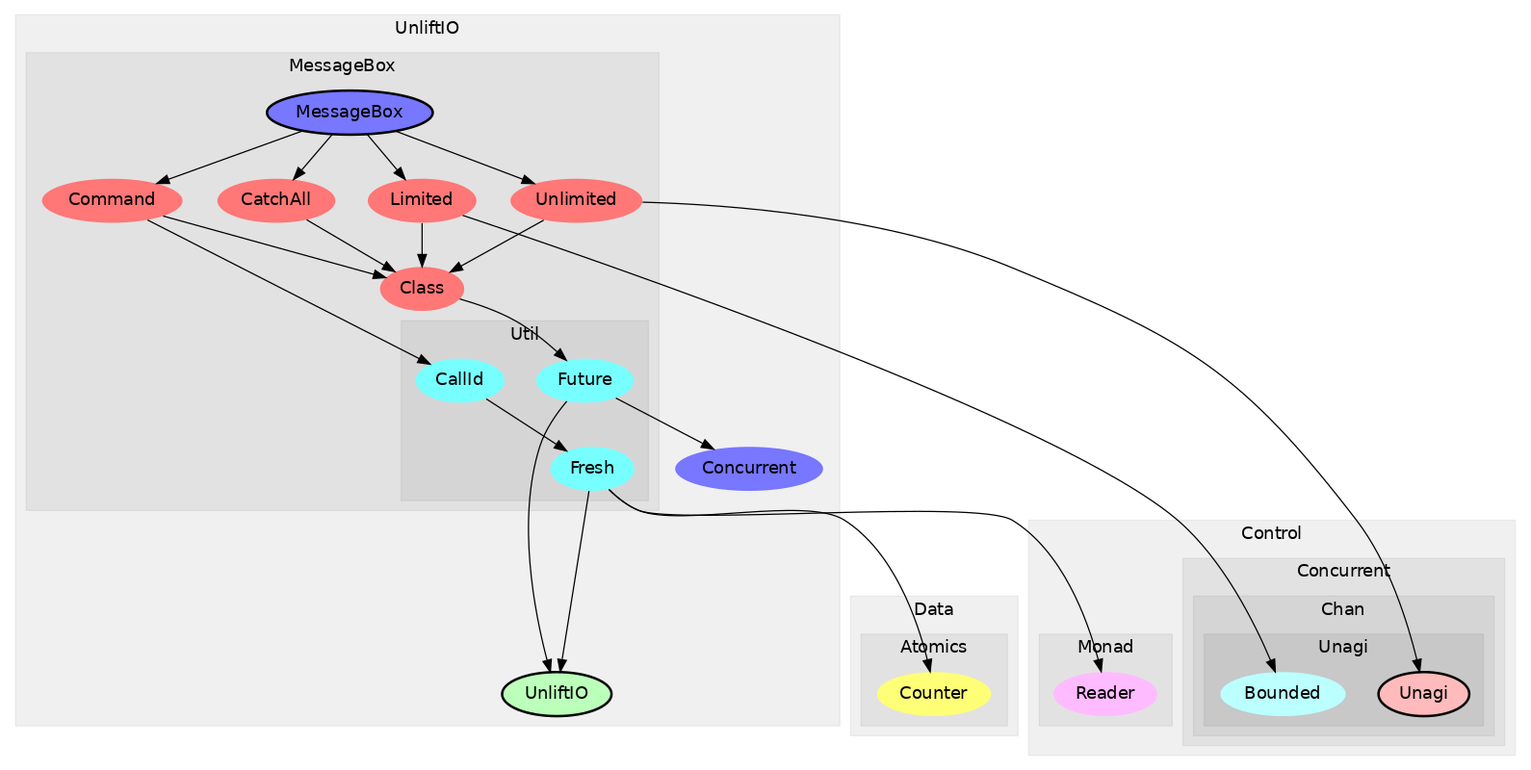
This is generated-reports/module-graph/module-graph.png from sheyll/unliftio-messagebox, a Graphviz export, as it was before one commit. Its source is kept beside it as generated-reports/module-graph/module-graph.dot.
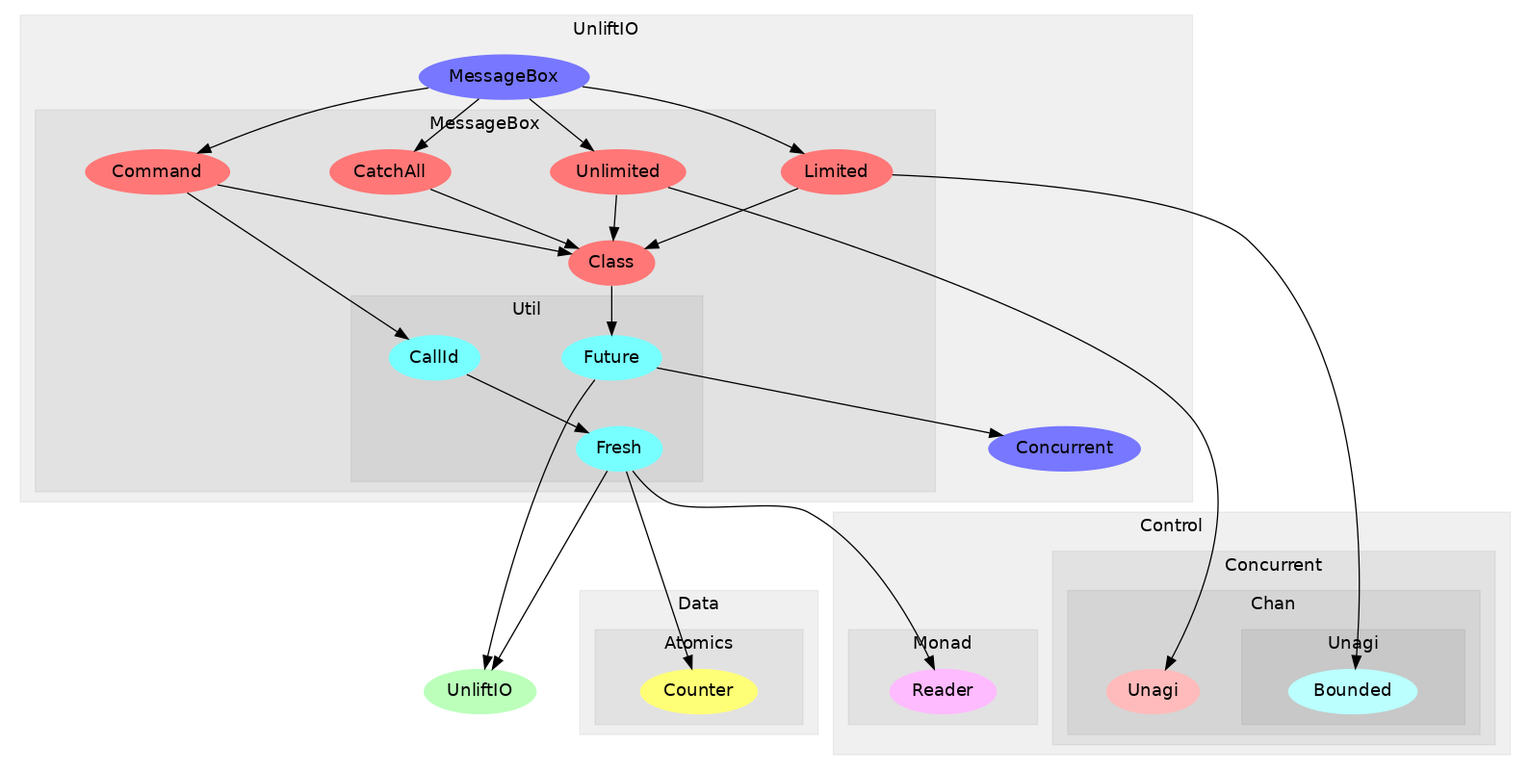
Above is the later version.

Commit message:
Update module graph

Diff of the diagram source:
```diff
@@ -1,6 +1,7 @@
 digraph G {
 size="6,4";
 ratio="fill";
+u3[label="UnliftIO",style="filled",fillcolor="#bbffbb",penwidth="0"];
 subgraph cluster_0 {
 label="Control";
 color="#0000000F";
@@ -13,11 +14,11 @@
 label="Chan";
 color="#0000000F";
 style="filled";
+u14[label="Unagi",style="filled",fillcolor="#ffbbbb",penwidth="0"];
 subgraph cluster_3 {
 label="Unagi";
 color="#0000000F";
 style="filled";
-u14[label="Unagi",style="filled,bold",fillcolor="#ffbbbb"];
 u12[label="Bounded",style="filled",fillcolor="#bbffff",penwidth="0"];
 
 }
@@ -51,25 +52,24 @@
 label="UnliftIO";
 color="#0000000F";
 style="filled";
-u3[label="UnliftIO",style="filled,bold",fillcolor="#bbffbb"];
 u4[label="Concurrent",style="filled",fillcolor="#7777ff",penwidth="0"];
+u0[label="MessageBox",style="filled",fillcolor="#7777ff",penwidth="0"];
 subgraph cluster_8 {
 label="MessageBox";
 color="#0000000F";
 style="filled";
-u0[label="MessageBox",style="filled,bold",fillcolor="#7777ff"];
+u13[label="Unlimited",style="filled",fillcolor="#ff7777",penwidth="0"];
+u11[label="Limited",style="filled",fillcolor="#ff7777",penwidth="0"];
+u6[label="Command",style="filled",fillcolor="#ff7777",penwidth="0"];
+u5[label="Class",style="filled",fillcolor="#ff7777",penwidth="0"];
 u1[label="CatchAll",style="filled",fillcolor="#ff7777",penwidth="0"];
-u5[label="Class",style="filled",fillcolor="#ff7777",penwidth="0"];
-u6[label="Command",style="filled",fillcolor="#ff7777",penwidth="0"];
-u11[label="Limited",style="filled",fillcolor="#ff7777",penwidth="0"];
-u13[label="Unlimited",style="filled",fillcolor="#ff7777",penwidth="0"];
 subgraph cluster_9 {
 label="Util";
 color="#0000000F";
 style="filled";
+u9[label="Fresh",style="filled",fillcolor="#77ffff",penwidth="0"];
+u8[label="CallId",style="filled",fillcolor="#77ffff",penwidth="0"];
 u2[label="Future",style="filled",fillcolor="#77ffff",penwidth="0"];
-u8[label="CallId",style="filled",fillcolor="#77ffff",penwidth="0"];
-u9[label="Fresh",style="filled",fillcolor="#77ffff",penwidth="0"];
 
 }
 
```
